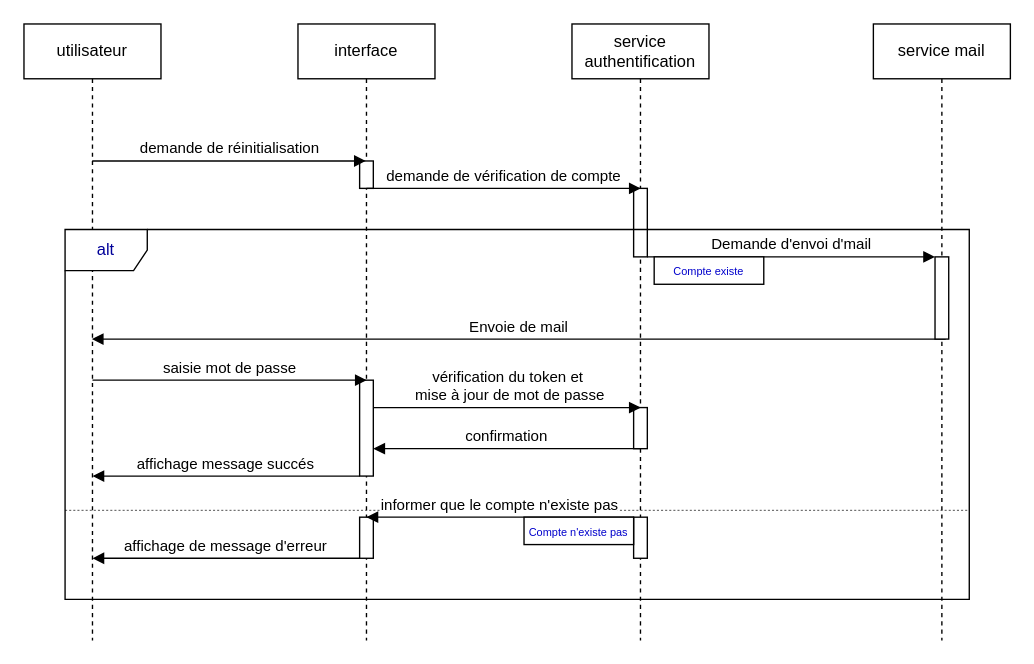
The draw.io diagram diagramme de séquence réinitialisation Mdp.drawio in msisitr/aventix-design, before the edit. Source tidied: cells renumbered, new cells numbered last; positions are measured from the earlier drawing's top-left corner, leaving out a move shared by most shapes. Both pictures are drawn from the tidied source at 137%, with x=0, y=0 at pixel (23, 23).
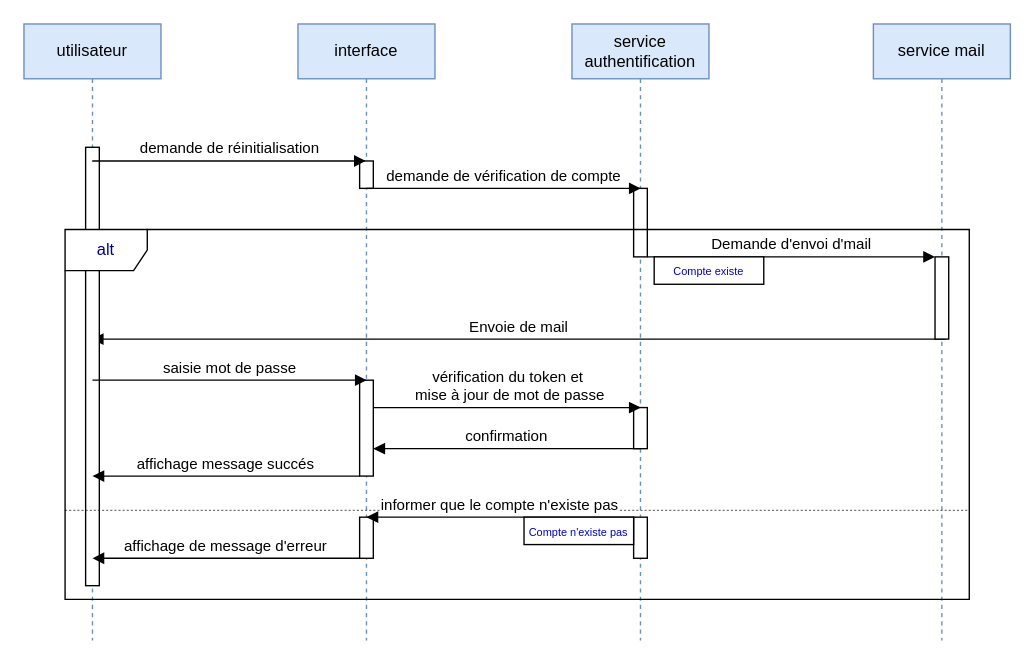
After the change.

Commit message:
Mettre à jour diagramme de séquence réinitialisation Mdp.drawio

What changed in the source:
```diff
@@
-    <mxCell id="3" value="utilisateur" style="shape=umlLifeline;perimeter=lifelinePerimeter;whiteSpace=wrap;html=1;outlineConnect=0;portConstraint=eastwest;newEdgeStyle={&quot;edgeStyle&quot;:&quot;elbowEdgeStyle&quot;,&quot;elbow&quot;:&quot;vertical&quot;,&quot;curved&quot;:0,&quot;rounded&quot;:0};" parent="1" vertex="1">
+    <mxCell id="3" value="utilisateur" style="shape=umlLifeline;perimeter=lifelinePerimeter;whiteSpace=wrap;html=1;outlineConnect=0;portConstraint=eastwest;newEdgeStyle={&quot;edgeStyle&quot;:&quot;elbowEdgeStyle&quot;,&quot;elbow&quot;:&quot;vertical&quot;,&quot;curved&quot;:0,&quot;rounded&quot;:0};fillColor=#dae8fc;strokeColor=#6c8ebf;" parent="1" vertex="1">
       <mxGeometry width="100" height="450" as="geometry" />
     </mxCell>
+    <mxCell id="28" style="html=1;perimeter=orthogonalPerimeter;targetShapes=umlLifeline;newEdgeStyle={&quot;edgeStyle&quot;:&quot;elbowEdgeStyle&quot;,&quot;elbow&quot;:&quot;vertical&quot;,&quot;curved&quot;:0,&quot;rounded&quot;:0};" parent="3" vertex="1">
+      <mxGeometry x="45" y="90" width="10" height="320" as="geometry" />
+    </mxCell>
-    <mxCell id="4" value="interface" style="shape=umlLifeline;perimeter=lifelinePerimeter;whiteSpace=wrap;html=1;outlineConnect=0;portConstraint=eastwest;newEdgeStyle={&quot;edgeStyle&quot;:&quot;elbowEdgeStyle&quot;,&quot;elbow&quot;:&quot;vertical&quot;,&quot;curved&quot;:0,&quot;rounded&quot;:0};" parent="1" vertex="1">
+    <mxCell id="4" value="interface" style="shape=umlLifeline;perimeter=lifelinePerimeter;whiteSpace=wrap;html=1;outlineConnect=0;portConstraint=eastwest;newEdgeStyle={&quot;edgeStyle&quot;:&quot;elbowEdgeStyle&quot;,&quot;elbow&quot;:&quot;vertical&quot;,&quot;curved&quot;:0,&quot;rounded&quot;:0};fillColor=#dae8fc;strokeColor=#6c8ebf;" parent="1" vertex="1">
       <mxGeometry x="200" width="100" height="450" as="geometry" />
     </mxCell>
@@
-    <mxCell id="8" value="service authentification" style="shape=umlLifeline;perimeter=lifelinePerimeter;whiteSpace=wrap;html=1;newEdgeStyle={&quot;edgeStyle&quot;:&quot;elbowEdgeStyle&quot;,&quot;elbow&quot;:&quot;vertical&quot;,&quot;curved&quot;:0,&quot;rounded&quot;:0};" parent="1" vertex="1">
+    <mxCell id="8" value="service authentification" style="shape=umlLifeline;perimeter=lifelinePerimeter;whiteSpace=wrap;html=1;newEdgeStyle={&quot;edgeStyle&quot;:&quot;elbowEdgeStyle&quot;,&quot;elbow&quot;:&quot;vertical&quot;,&quot;curved&quot;:0,&quot;rounded&quot;:0};fillColor=#dae8fc;strokeColor=#6c8ebf;" parent="1" vertex="1">
       <mxGeometry x="400" width="100" height="450" as="geometry" />
     </mxCell>
@@
-    <mxCell id="11" value="service mail" style="shape=umlLifeline;perimeter=lifelinePerimeter;whiteSpace=wrap;html=1;newEdgeStyle={&quot;edgeStyle&quot;:&quot;elbowEdgeStyle&quot;,&quot;elbow&quot;:&quot;vertical&quot;,&quot;curved&quot;:0,&quot;rounded&quot;:0};" parent="1" vertex="1">
+    <mxCell id="11" value="service mail" style="shape=umlLifeline;perimeter=lifelinePerimeter;whiteSpace=wrap;html=1;newEdgeStyle={&quot;edgeStyle&quot;:&quot;elbowEdgeStyle&quot;,&quot;elbow&quot;:&quot;vertical&quot;,&quot;curved&quot;:0,&quot;rounded&quot;:0};fillColor=#dae8fc;strokeColor=#6c8ebf;" parent="1" vertex="1">
       <mxGeometry x="620" width="100" height="450" as="geometry" />
     </mxCell>
```
